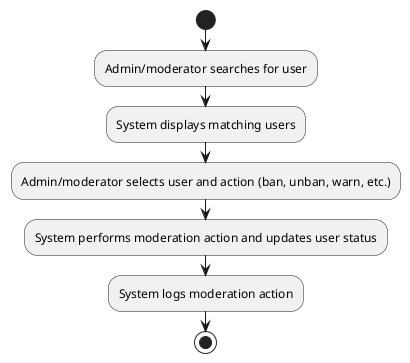
Earlier version of the PlantUML export documentation/new-docs/diagrams/module7/transaction7_1_activity.png (hiimghostine/darknet-duel).
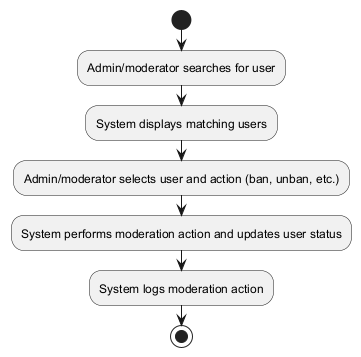
Later version of the same file.

The edit, as a diff of the source:
```diff
@@ -2,7 +2,7 @@
 start
 :Admin/moderator searches for user;
 :System displays matching users;
-:Admin/moderator selects user and action (ban, unban, warn, etc.);
+:Admin/moderator selects user and action (ban, unban, etc.);
 :System performs moderation action and updates user status;
 :System logs moderation action;
 stop
```
